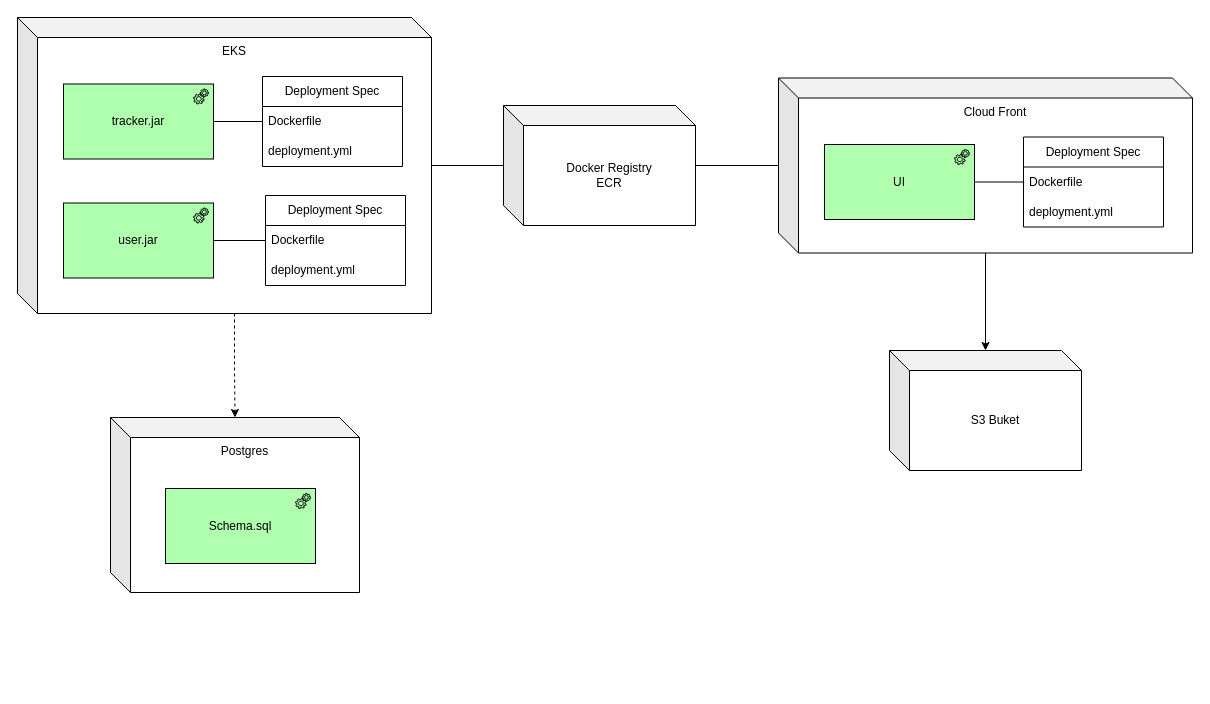
Earlier version of the draw.io diagram page "deployment.app" (2 of 4) of architecture/poc-tracker/01.overall.architecture.drawio (codegik/team-red). Source tidied: cells renumbered, new cells numbered last; positions are measured from the earlier drawing's top-left corner, leaving out a move shared by most shapes. Both pictures are drawn from the tidied source at 100%, with x=0, y=0 at pixel (17, 17). Pictures stored in the file or linked from it are replaced by grey dashed boxes.
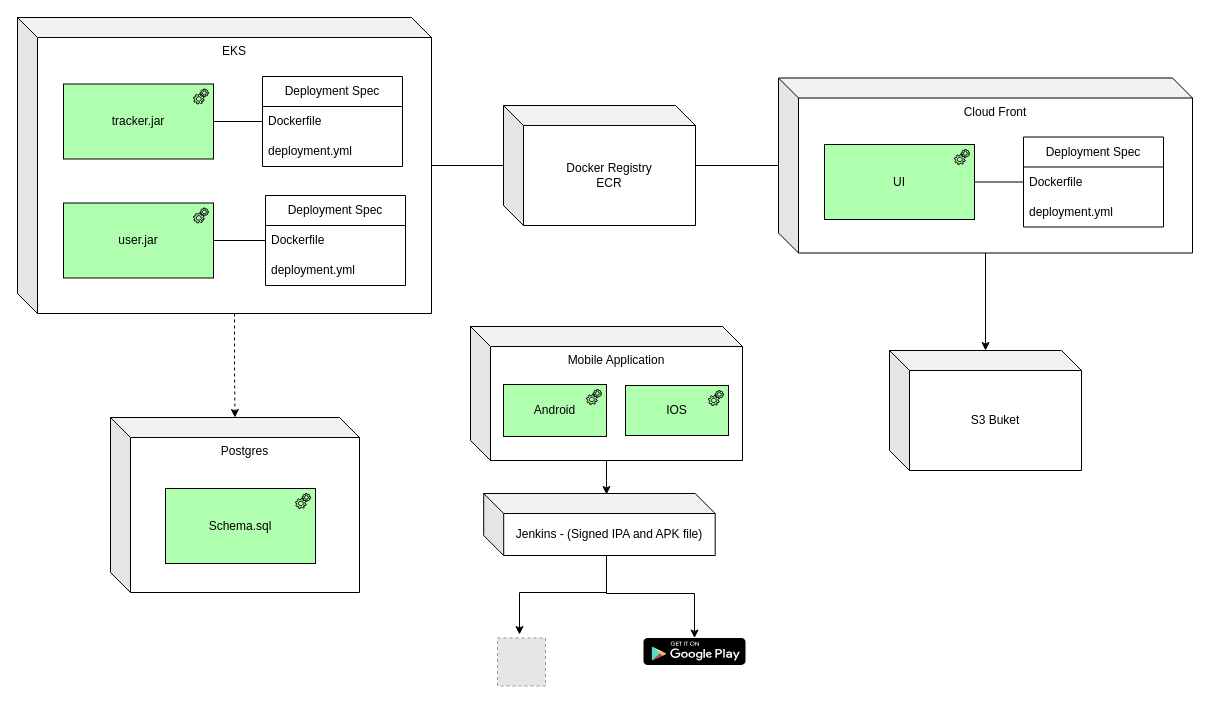
The same page after the edit.

Commit message (it also covers changes not shown here):
Updating diagram and architeture.md file with Mobile requirements

Change to the diagram source:
```diff
@@
+    <mxCell id="27" style="edgeStyle=orthogonalEdgeStyle;rounded=0;jettySize=auto;html=1;" parent="1" edge="1" source="28">
+      <mxGeometry relative="1" as="geometry">
+        <mxPoint x="589" y="477" as="targetPoint" />
+      </mxGeometry>
+    </mxCell>
+    <mxCell id="28" value="Mobile Application" style="shape=cube;whiteSpace=wrap;html=1;boundedLbl=1;backgroundOutline=1;darkOpacity=0.05;darkOpacity2=0.1;verticalAlign=top;" parent="1" vertex="1">
+      <mxGeometry x="453" y="309" width="272" height="134" as="geometry" />
+    </mxCell>
+    <mxCell id="29" value="Android" style="html=1;whiteSpace=wrap;fillColor=#AFFFAF;shape=mxgraph.archimate3.application;appType=equipment;archiType=square;" parent="1" vertex="1">
+      <mxGeometry x="486" y="367" width="103" height="52" as="geometry" />
+    </mxCell>
+    <mxCell id="30" value="IOS" style="html=1;whiteSpace=wrap;fillColor=#AFFFAF;shape=mxgraph.archimate3.application;appType=equipment;archiType=square;" parent="1" vertex="1">
+      <mxGeometry x="608" y="368" width="103" height="50" as="geometry" />
+    </mxCell>
+    <mxCell id="31" style="edgeStyle=orthogonalEdgeStyle;rounded=0;jettySize=auto;html=1;" parent="1" edge="1" source="33" target="34">
+      <mxGeometry relative="1" as="geometry">
+        <Array as="points">
+          <mxPoint x="589" y="576" />
+          <mxPoint x="677" y="576" />
+        </Array>
+      </mxGeometry>
+    </mxCell>
+    <mxCell id="32" style="edgeStyle=orthogonalEdgeStyle;rounded=0;orthogonalLoop=1;jettySize=auto;html=1;" parent="1" edge="1">
+      <mxGeometry relative="1" as="geometry">
+        <mxPoint x="589" y="542" as="sourcePoint" />
+        <mxPoint x="502" y="617" as="targetPoint" />
+        <Array as="points">
+          <mxPoint x="589" y="575" />
+          <mxPoint x="502" y="575" />
+        </Array>
+      </mxGeometry>
+    </mxCell>
+    <mxCell id="33" value="Jenkins - (Signed IPA and APK file)" style="shape=cube;whiteSpace=wrap;html=1;boundedLbl=1;backgroundOutline=1;darkOpacity=0.05;darkOpacity2=0.1;" parent="1" vertex="1">
+      <mxGeometry x="466.2" y="476" width="231.5" height="62" as="geometry" />
+    </mxCell>
+    <mxCell id="34" style="dashed=0;outlineConnect=0;html=1;align=center;labelPosition=center;verticalLabelPosition=bottom;verticalAlign=top;shape=mxgraph.webicons.google_play;fillColor=#000000;" parent="1" vertex="1">
+      <mxGeometry x="626" y="620.5" width="102" height="27" as="geometry" />
+    </mxCell>
+    <mxCell id="35" style="fillColor=#E6E6E6;strokeColor=#999999;dashed=1;html=1;verticalAlign=top;verticalLabelPosition=bottom;labelBackgroundColor=#ffffff;" parent="1" vertex="1">
+      <mxGeometry x="480" y="620.5" width="48" height="48" as="geometry" />
+    </mxCell>
```
